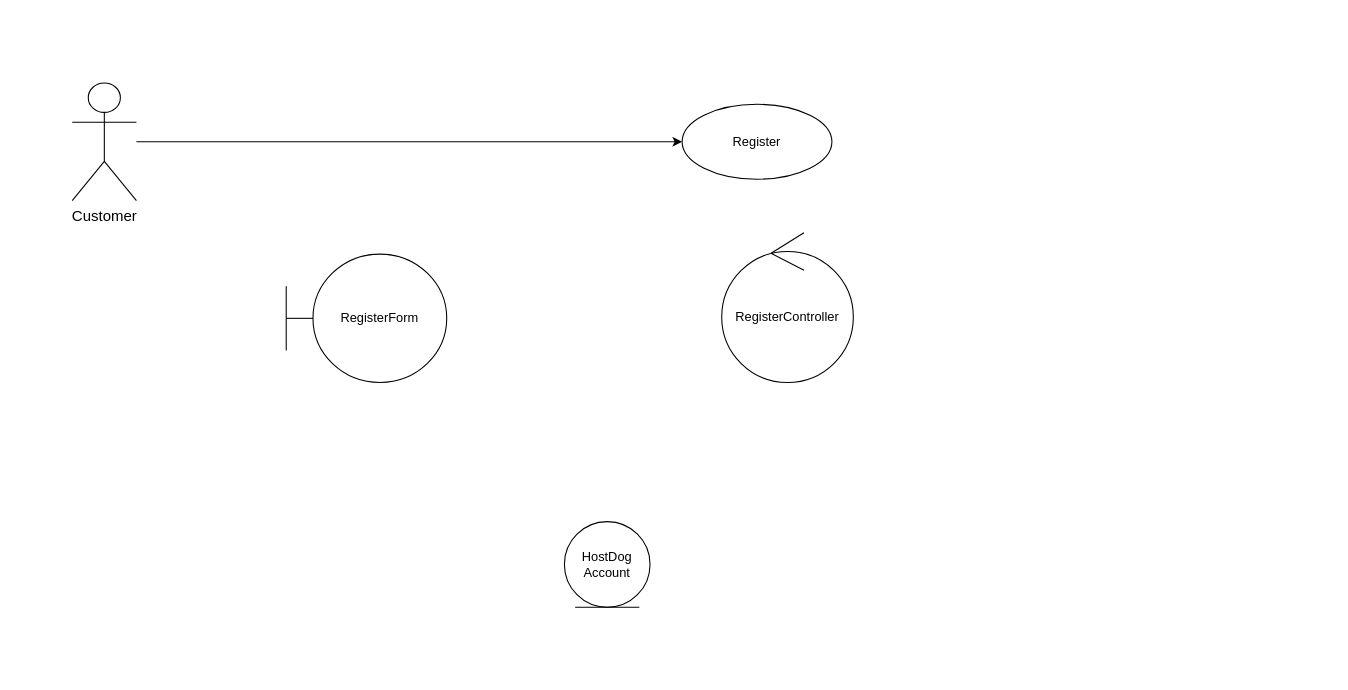
Earlier version of the draw.io diagram page "CollaborationDiagram" (2 of 2) of ProjectProcesses/HostDog_6UML/UML.drawio (Hostdogs/Project_Hostdog). Source tidied: cells renumbered, new cells numbered last; positions are measured from the earlier drawing's top-left corner, leaving out a move shared by most shapes. Both pictures are drawn from the tidied source at 107%, with x=0, y=0 at pixel (72, 82).
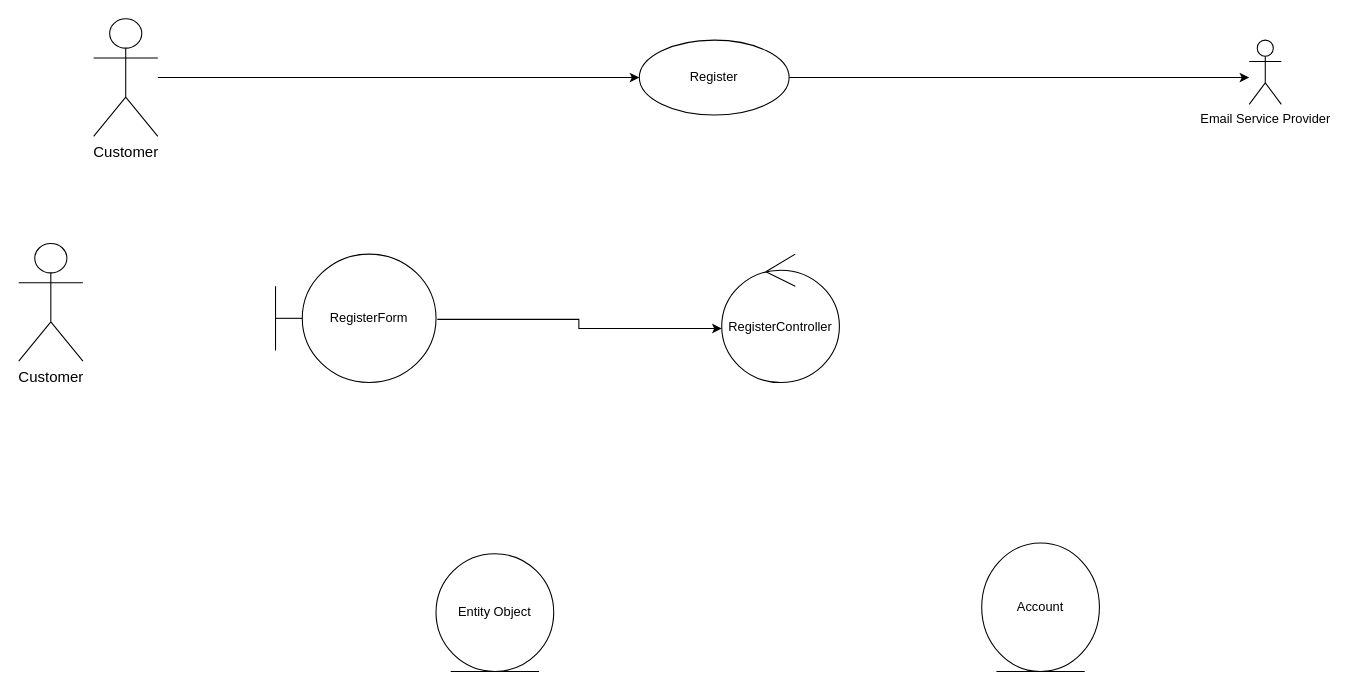
The same page after the edit.

Change to the diagram source:
```diff
@@
 <mxGraphModel>
   <root>
     <mxCell id="0" />
     <mxCell id="1" parent="0" />
     <mxCell id="2" style="edgeStyle=orthogonalEdgeStyle;rounded=0;jettySize=auto;html=1;entryX=0;entryY=0.5;entryDx=0;entryDy=0;" parent="1" edge="1" source="3" target="6">
       <mxGeometry relative="1" as="geometry" />
     </mxCell>
     <mxCell id="3" value="&lt;font style=&quot;font-size: 14px;&quot;&gt;Customer&lt;/font&gt;" style="shape=umlActor;verticalLabelPosition=bottom;verticalAlign=top;html=1;fontSize=14;" parent="1" vertex="1">
-      <mxGeometry width="60" height="110" as="geometry" />
+      <mxGeometry x="20" y="-60" width="60" height="110" as="geometry" />
     </mxCell>
+    <mxCell id="8" style="edgeStyle=orthogonalEdgeStyle;rounded=0;jettySize=auto;html=1;entryX=0;entryY=0.579;entryDx=0;entryDy=0;entryPerimeter=0;exitX=1.008;exitY=0.508;exitDx=0;exitDy=0;exitPerimeter=0;" parent="1" edge="1" source="4" target="5">
+      <mxGeometry relative="1" as="geometry" />
+    </mxCell>
     <mxCell id="4" value="RegisterForm" style="shape=umlBoundary;whiteSpace=wrap;html=1;" parent="1" vertex="1">
-      <mxGeometry x="200" y="160" width="150" height="120" as="geometry" />
+      <mxGeometry x="190" y="160" width="150" height="120" as="geometry" />
     </mxCell>
     <mxCell id="5" value="RegisterController" style="ellipse;shape=umlControl;whiteSpace=wrap;html=1;" parent="1" vertex="1">
-      <mxGeometry x="607" y="140" width="123" height="140" as="geometry" />
+      <mxGeometry x="607" y="160" width="110" height="120" as="geometry" />
     </mxCell>
+    <mxCell id="9" style="edgeStyle=orthogonalEdgeStyle;rounded=0;jettySize=auto;html=1;" parent="1" edge="1" source="6">
+      <mxGeometry relative="1" as="geometry">
+        <mxPoint x="1100" y="-5" as="targetPoint" />
+      </mxGeometry>
+    </mxCell>
     <mxCell id="6" value="Register" style="ellipse;whiteSpace=wrap;html=1;" parent="1" vertex="1">
-      <mxGeometry x="570" y="20" width="140" height="70" as="geometry" />
+      <mxGeometry x="530" y="-40" width="140" height="70" as="geometry" />
     </mxCell>
-    <mxCell id="7" value="HostDog Account" style="ellipse;shape=umlEntity;whiteSpace=wrap;html=1;" parent="1" vertex="1">
-      <mxGeometry x="460" y="410" width="80" height="80" as="geometry" />
+    <mxCell id="7" value="Account" style="ellipse;shape=umlEntity;whiteSpace=wrap;html=1;" parent="1" vertex="1">
+      <mxGeometry x="850" y="430" width="110" height="120" as="geometry" />
     </mxCell>
+    <mxCell id="10" value="Entity Object" style="ellipse;shape=umlEntity;whiteSpace=wrap;html=1;" parent="1" vertex="1">
+      <mxGeometry x="340" y="440" width="110" height="110" as="geometry" />
+    </mxCell>
+    <mxCell id="11" value="&lt;font style=&quot;font-size: 14px;&quot;&gt;Customer&lt;/font&gt;" style="shape=umlActor;verticalLabelPosition=bottom;verticalAlign=top;html=1;fontSize=14;" parent="1" vertex="1">
+      <mxGeometry x="-50" y="150" width="60" height="110" as="geometry" />
+    </mxCell>
+    <mxCell id="12" value="Email Service Provider" style="shape=umlActor;verticalLabelPosition=bottom;verticalAlign=top;html=1;" parent="1" vertex="1">
+      <mxGeometry x="1100" y="-40" width="30" height="60" as="geometry" />
+    </mxCell>
   </root>
 </mxGraphModel>
```
